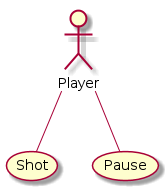
Before: doc/UseCase.png, a diagram exported from PlantUML (wzabila19951/bench_luxoft).
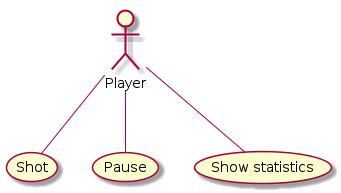
The same diagram one commit later.

Diff of the diagram source:
```diff
@@ -5,5 +5,6 @@
 
 Player -- (Shot)
 Player -- (Pause)
+Player -- (Show statistics)
 
 @enduml
```
